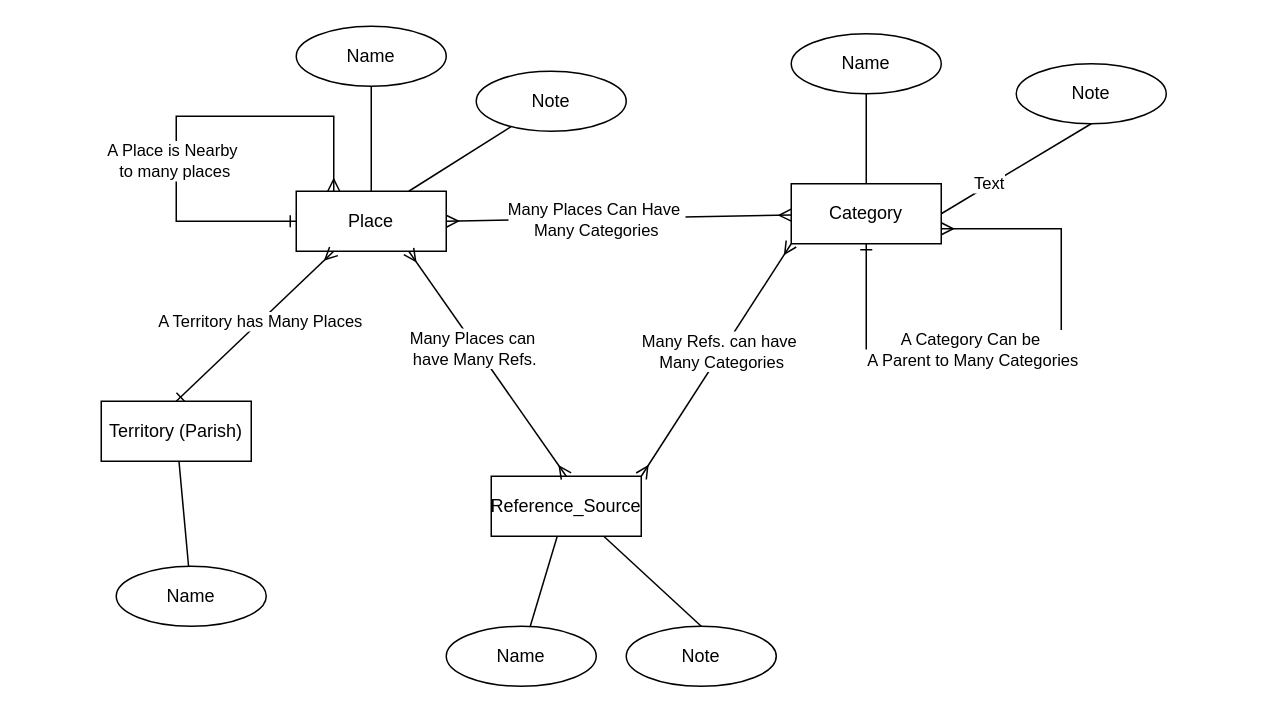
Reader641/places_deeds keeps this draw.io diagram as page "Hills, Halls & Holes" (1 of 2) of diagrams/Untitled Diagram.drawio. Above is the earlier version. Source tidied: cells renumbered, new cells numbered last; positions are measured from the earlier drawing's top-left corner, leaving out a move shared by most shapes. Both pictures are drawn from the tidied source at 150%, with x=0, y=0 at pixel (26, 26).
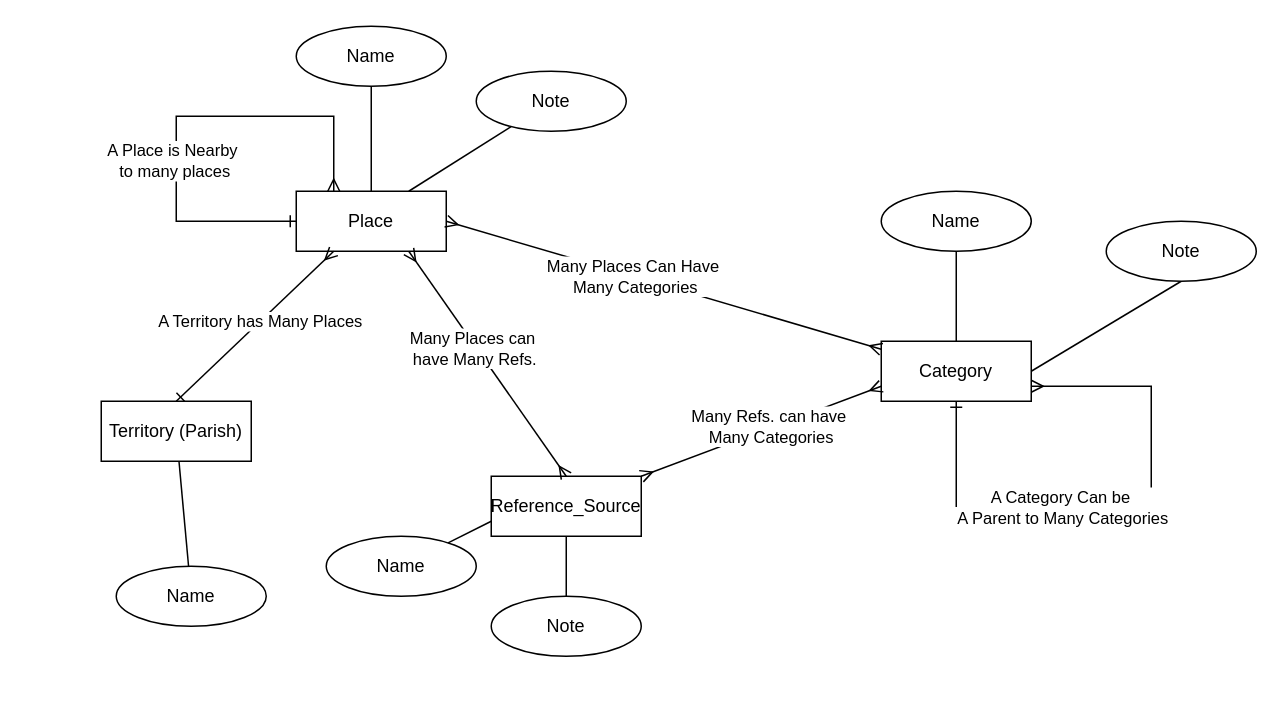
The same page after the edit.

Commit message:
Deeds Places

Unchanged cells that the change refers to:
```xml
<mxCell id="13" value="Category" style="whiteSpace=wrap;html=1;align=center;" parent="10" vertex="1">
  <mxGeometry y="100" width="100" height="40" as="geometry" />
</mxCell>
<mxCell id="16" style="edgeStyle=none;rounded=0;jettySize=auto;html=1;exitX=0.5;exitY=1;exitDx=0;exitDy=0;entryX=1;entryY=0.5;entryDx=0;entryDy=0;endArrow=none;endFill=0;" parent="10" edge="1" source="18" target="13">
  <mxGeometry relative="1" as="geometry" />
</mxCell>
```

Change to the diagram source:
```diff
@@
     <mxCell id="10" style="group;" parent="1" vertex="1">
-      <mxGeometry x="510" y="5" width="250" height="140" as="geometry" />
+      <mxGeometry x="570" y="110" width="250" height="140" as="geometry" />
     </mxCell>
@@
-    <mxCell id="17" value="Text" style="edgeLabel;html=1;align=center;verticalAlign=middle;fontFamily=Helvetica;fontSize=11;fontColor=default;labelBackgroundColor=default;" parent="16" vertex="1">
-      <mxGeometry x="0.35" y="-1" relative="1" as="geometry" />
-    </mxCell>
@@
     <mxCell id="25" style="group;" parent="1" vertex="1">
-      <mxGeometry x="280" y="300" width="340" height="140" as="geometry" />
+      <mxGeometry x="250" y="300" width="340" height="140" as="geometry" />
     </mxCell>
-    <mxCell id="26" value="Name" style="ellipse;whiteSpace=wrap;html=1;align=center;" parent="25" vertex="1">
-      <mxGeometry y="100" width="100" height="40" as="geometry" />
-    </mxCell>
-    <mxCell id="27" style="edgeStyle=none;shape=connector;rounded=0;jettySize=auto;html=1;strokeColor=default;align=center;verticalAlign=middle;fontFamily=Helvetica;fontSize=11;fontColor=default;labelBackgroundColor=default;endArrow=none;endFill=0;" parent="25" edge="1" source="26" target="28">
-      <mxGeometry relative="1" as="geometry" />
-    </mxCell>
     <mxCell id="28" value="Reference_Source" style="whiteSpace=wrap;html=1;align=center;" parent="25" vertex="1">
-      <mxGeometry x="30" width="100" height="40" as="geometry" />
+      <mxGeometry x="60" width="100" height="40" as="geometry" />
     </mxCell>
-    <mxCell id="29" style="edgeStyle=none;shape=connector;rounded=0;jettySize=auto;html=1;exitX=0.5;exitY=0;exitDx=0;exitDy=0;entryX=0.75;entryY=1;entryDx=0;entryDy=0;strokeColor=default;align=center;verticalAlign=middle;fontFamily=Helvetica;fontSize=11;fontColor=default;labelBackgroundColor=default;endArrow=none;endFill=0;" parent="25" edge="1" source="30" target="28">
+    <mxCell id="29" style="edgeStyle=none;shape=connector;rounded=0;jettySize=auto;html=1;exitX=0.5;exitY=0;exitDx=0;exitDy=0;entryX=0.5;entryY=1;entryDx=0;entryDy=0;strokeColor=default;align=center;verticalAlign=middle;fontFamily=Helvetica;fontSize=11;fontColor=default;labelBackgroundColor=default;endArrow=none;endFill=0;" parent="25" edge="1" source="30" target="28">
       <mxGeometry relative="1" as="geometry" />
     </mxCell>
     <mxCell id="30" value="Note" style="ellipse;whiteSpace=wrap;html=1;align=center;" parent="25" vertex="1">
-      <mxGeometry x="120" y="100" width="100" height="40" as="geometry" />
+      <mxGeometry x="60" y="80" width="100" height="40" as="geometry" />
     </mxCell>
@@
-    <mxCell id="35" style="edgeStyle=none;shape=connector;rounded=0;jettySize=auto;html=1;exitX=0;exitY=1;exitDx=0;exitDy=0;entryX=1;entryY=0;entryDx=0;entryDy=0;strokeColor=default;align=center;verticalAlign=middle;fontFamily=Helvetica;fontSize=11;fontColor=default;labelBackgroundColor=default;endArrow=ERmany;endFill=0;startArrow=ERmany;startFill=0;" parent="1" edge="1" source="13" target="28">
+    <mxCell id="35" style="edgeStyle=none;shape=connector;rounded=0;jettySize=auto;html=1;exitX=0;exitY=0.75;exitDx=0;exitDy=0;entryX=1;entryY=0;entryDx=0;entryDy=0;strokeColor=default;align=center;verticalAlign=middle;fontFamily=Helvetica;fontSize=11;fontColor=default;labelBackgroundColor=default;endArrow=ERmany;endFill=0;startArrow=ERmany;startFill=0;" parent="1" edge="1" source="13" target="28">
       <mxGeometry relative="1" as="geometry" />
     </mxCell>
@@
+    <mxCell id="26" value="Name" style="ellipse;whiteSpace=wrap;html=1;align=center;" parent="1" vertex="1">
+      <mxGeometry x="200" y="340" width="100" height="40" as="geometry" />
+    </mxCell>
+    <mxCell id="27" style="edgeStyle=none;shape=connector;rounded=0;jettySize=auto;html=1;strokeColor=default;align=center;verticalAlign=middle;fontFamily=Helvetica;fontSize=11;fontColor=default;labelBackgroundColor=default;endArrow=none;endFill=0;entryX=0;entryY=0.75;entryDx=0;entryDy=0;" parent="1" edge="1" source="26" target="28">
+      <mxGeometry relative="1" as="geometry" />
+    </mxCell>
```
